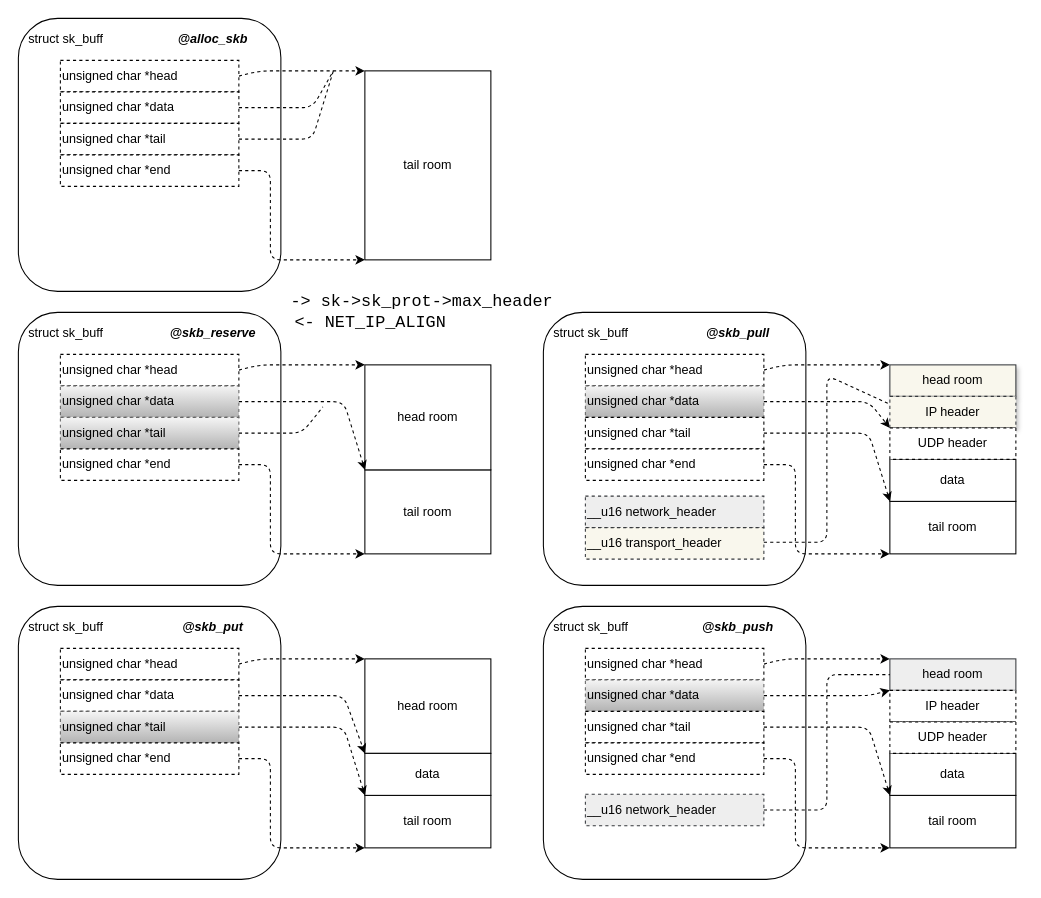
This is skb.drawio from AirbornWdd/doc, a draw.io file, before an edit. Source tidied: cells renumbered, new cells numbered last; positions are measured from the earlier drawing's top-left corner, leaving out a move shared by most shapes. Both pictures are drawn from the tidied source at 105%, with x=0, y=0 at pixel (18, 18).
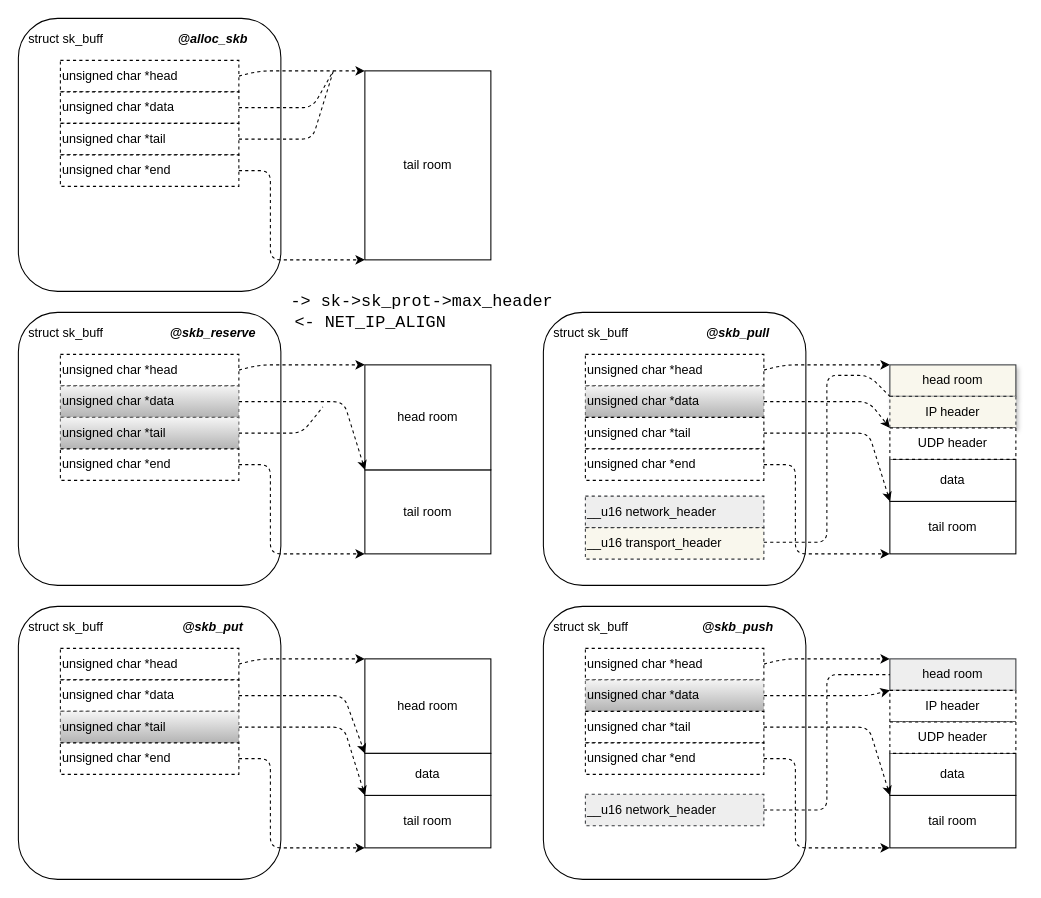
The same diagram, later.

Unchanged cells that the change refers to:
```xml
<mxCell id="71" value="IP header" style="rounded=0;whiteSpace=wrap;html=1;dashed=1;shadow=1;fillColor=#f9f7ed;strokeColor=#36393d;" parent="1" vertex="1">
  <mxGeometry x="830" y="360" width="120" height="30" as="geometry" />
</mxCell>
```

The edit, as a diff of the source:
```diff
@@
-    <mxCell id="79" style="endArrow=none;dashed=1;html=1;entryX=0;entryY=0.25;entryDx=0;entryDy=0;exitX=1;exitY=0.5;exitDx=0;exitDy=0;" parent="1" edge="1" target="71">
+    <mxCell id="79" style="endArrow=none;dashed=1;html=1;entryX=0;entryY=0;entryDx=0;entryDy=0;exitX=1;exitY=0.5;exitDx=0;exitDy=0;" parent="1" edge="1" target="71">
       <mxGeometry relative="1" as="geometry">
         <mxPoint x="710" y="499" as="sourcePoint" />
         <Array as="points">
           <mxPoint x="770" y="499" />
           <mxPoint x="770" y="340" />
+          <mxPoint x="810" y="340" />
         </Array>
       </mxGeometry>
     </mxCell>
```
